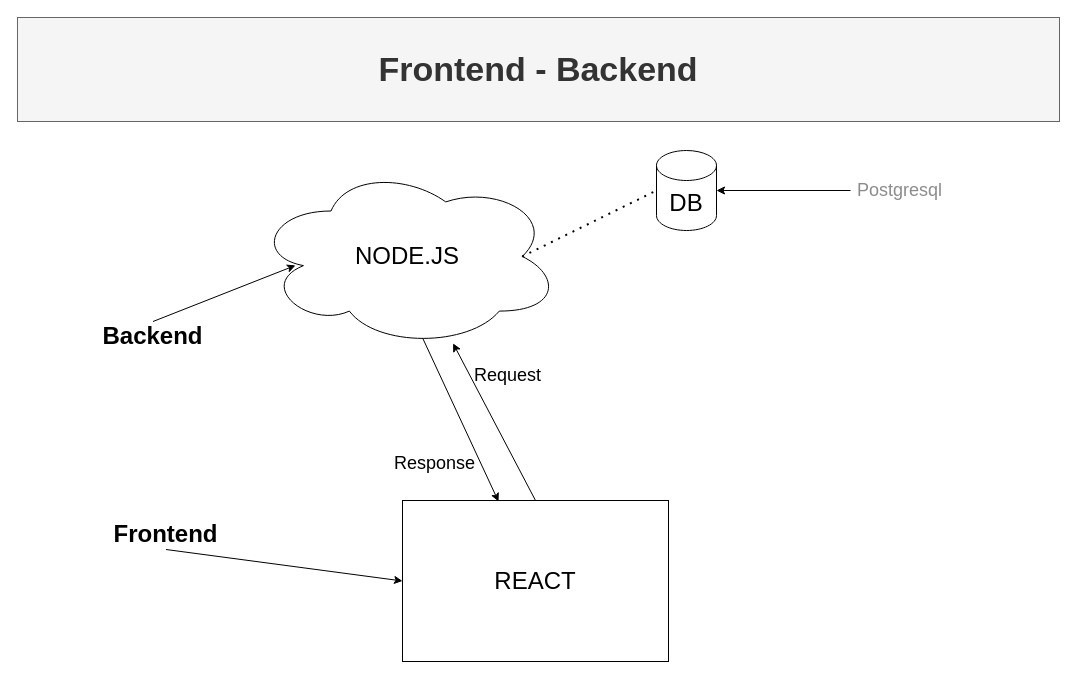
Earlier version of the draw.io diagram page "intro" (1 of 8) of JobPlus/Untitled Diagram.drawio (kingsley-ijomah/draw.io). Source tidied: cells renumbered, new cells numbered last; positions are measured from the earlier drawing's top-left corner, leaving out a move shared by most shapes. Both pictures are drawn from the tidied source at 100%, with x=0, y=0 at pixel (17, 17).
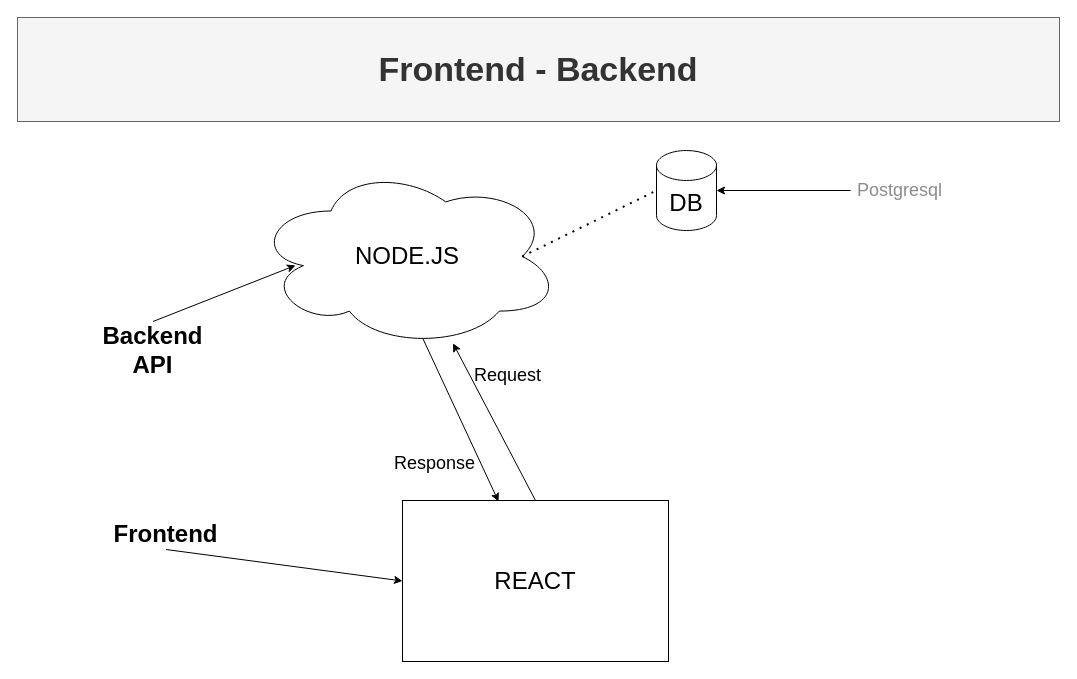
The same page after the edit.

Diff of the diagram source:
```diff
@@
 <mxGraphModel>
   <root>
     <mxCell id="0" />
     <mxCell id="1" parent="0" />
     <mxCell id="2" value="Frontend - Backend" style="text;html=1;strokeColor=#666666;fillColor=#f5f5f5;align=center;verticalAlign=middle;whiteSpace=wrap;rounded=0;labelBackgroundColor=none;labelBorderColor=none;fontSize=34;fontStyle=1;fontColor=#333333;" parent="1" vertex="1">
       <mxGeometry width="1042" height="104" as="geometry" />
     </mxCell>
     <mxCell id="3" value="&lt;font style=&quot;font-size: 24px;&quot;&gt;NODE.JS&lt;/font&gt;" style="ellipse;shape=cloud;whiteSpace=wrap;html=1;" parent="1" vertex="1">
       <mxGeometry x="237" y="148" width="306" height="182" as="geometry" />
     </mxCell>
     <mxCell id="4" value="&lt;font style=&quot;font-size: 24px;&quot;&gt;REACT&lt;/font&gt;" style="rounded=0;whiteSpace=wrap;html=1;" parent="1" vertex="1">
       <mxGeometry x="385" y="483" width="266" height="161" as="geometry" />
     </mxCell>
     <mxCell id="5" style="endArrow=classic;html=1;rounded=0;fontSize=24;entryX=0;entryY=0.5;entryDx=0;entryDy=0;exitX=0.5;exitY=1;exitDx=0;exitDy=0;" parent="1" edge="1" source="6" target="4">
       <mxGeometry relative="1" as="geometry" />
     </mxCell>
     <mxCell id="6" value="Frontend" style="text;html=1;strokeColor=none;fillColor=none;align=center;verticalAlign=middle;whiteSpace=wrap;rounded=0;fontSize=24;fontStyle=1;" parent="1" vertex="1">
       <mxGeometry x="89" y="502" width="119" height="30" as="geometry" />
     </mxCell>
     <mxCell id="7" style="endArrow=classic;html=1;rounded=0;fontSize=24;entryX=0.134;entryY=0.549;entryDx=0;entryDy=0;entryPerimeter=0;exitX=0.5;exitY=0;exitDx=0;exitDy=0;" parent="1" edge="1" source="8" target="3">
       <mxGeometry relative="1" as="geometry" />
     </mxCell>
-    <mxCell id="8" value="Backend" style="text;html=1;strokeColor=none;fillColor=none;align=center;verticalAlign=middle;whiteSpace=wrap;rounded=0;fontSize=24;fontStyle=1;" parent="1" vertex="1">
-      <mxGeometry x="76" y="304" width="119" height="30" as="geometry" />
+    <mxCell id="8" value="Backend&lt;br&gt;API" style="text;html=1;strokeColor=none;fillColor=none;align=center;verticalAlign=middle;whiteSpace=wrap;rounded=0;fontSize=24;fontStyle=1;" parent="1" vertex="1">
+      <mxGeometry x="76" y="304" width="119" height="58" as="geometry" />
     </mxCell>
     <mxCell id="9" style="endArrow=none;dashed=1;html=1;dashPattern=1 3;strokeWidth=2;rounded=0;fontSize=24;entryX=0;entryY=0.5;entryDx=0;entryDy=0;entryPerimeter=0;exitX=0.875;exitY=0.5;exitDx=0;exitDy=0;exitPerimeter=0;" parent="1" edge="1" source="3" target="10">
       <mxGeometry relative="1" as="geometry" />
     </mxCell>
     <mxCell id="10" value="DB" style="shape=cylinder3;whiteSpace=wrap;html=1;boundedLbl=1;backgroundOutline=1;size=15;fontSize=24;" parent="1" vertex="1">
       <mxGeometry x="639" y="133" width="60" height="80" as="geometry" />
     </mxCell>
     <mxCell id="11" style="endArrow=classic;html=1;rounded=0;fontSize=24;exitX=0.5;exitY=0;exitDx=0;exitDy=0;" parent="1" edge="1" source="4" target="3">
       <mxGeometry relative="1" as="geometry" />
     </mxCell>
     <mxCell id="12" value="&lt;font style=&quot;font-size: 18px;&quot;&gt;Request&lt;/font&gt;" style="text;html=1;strokeColor=none;fillColor=none;align=center;verticalAlign=middle;whiteSpace=wrap;rounded=0;fontSize=24;" parent="1" vertex="1">
       <mxGeometry x="431" y="341" width="119" height="30" as="geometry" />
     </mxCell>
     <mxCell id="13" style="endArrow=classic;html=1;rounded=0;fontSize=18;entryX=0.361;entryY=0.006;entryDx=0;entryDy=0;entryPerimeter=0;exitX=0.55;exitY=0.95;exitDx=0;exitDy=0;exitPerimeter=0;" parent="1" edge="1" source="3" target="4">
       <mxGeometry relative="1" as="geometry" />
     </mxCell>
     <mxCell id="14" value="&lt;font style=&quot;font-size: 18px;&quot;&gt;Response&lt;/font&gt;" style="text;html=1;strokeColor=none;fillColor=none;align=center;verticalAlign=middle;whiteSpace=wrap;rounded=0;fontSize=24;" parent="1" vertex="1">
       <mxGeometry x="358" y="429" width="119" height="30" as="geometry" />
     </mxCell>
     <mxCell id="15" style="edgeStyle=orthogonalEdgeStyle;rounded=0;jettySize=auto;html=1;entryX=1;entryY=0.5;entryDx=0;entryDy=0;entryPerimeter=0;fontSize=18;" parent="1" edge="1" source="16" target="10">
       <mxGeometry relative="1" as="geometry" />
     </mxCell>
     <mxCell id="16" value="&lt;font color=&quot;#8c8c8c&quot;&gt;Postgresql&lt;/font&gt;" style="text;html=1;strokeColor=none;fillColor=none;align=center;verticalAlign=middle;whiteSpace=wrap;rounded=0;fontSize=18;" parent="1" vertex="1">
       <mxGeometry x="833" y="158" width="99" height="30" as="geometry" />
     </mxCell>
   </root>
 </mxGraphModel>
```
